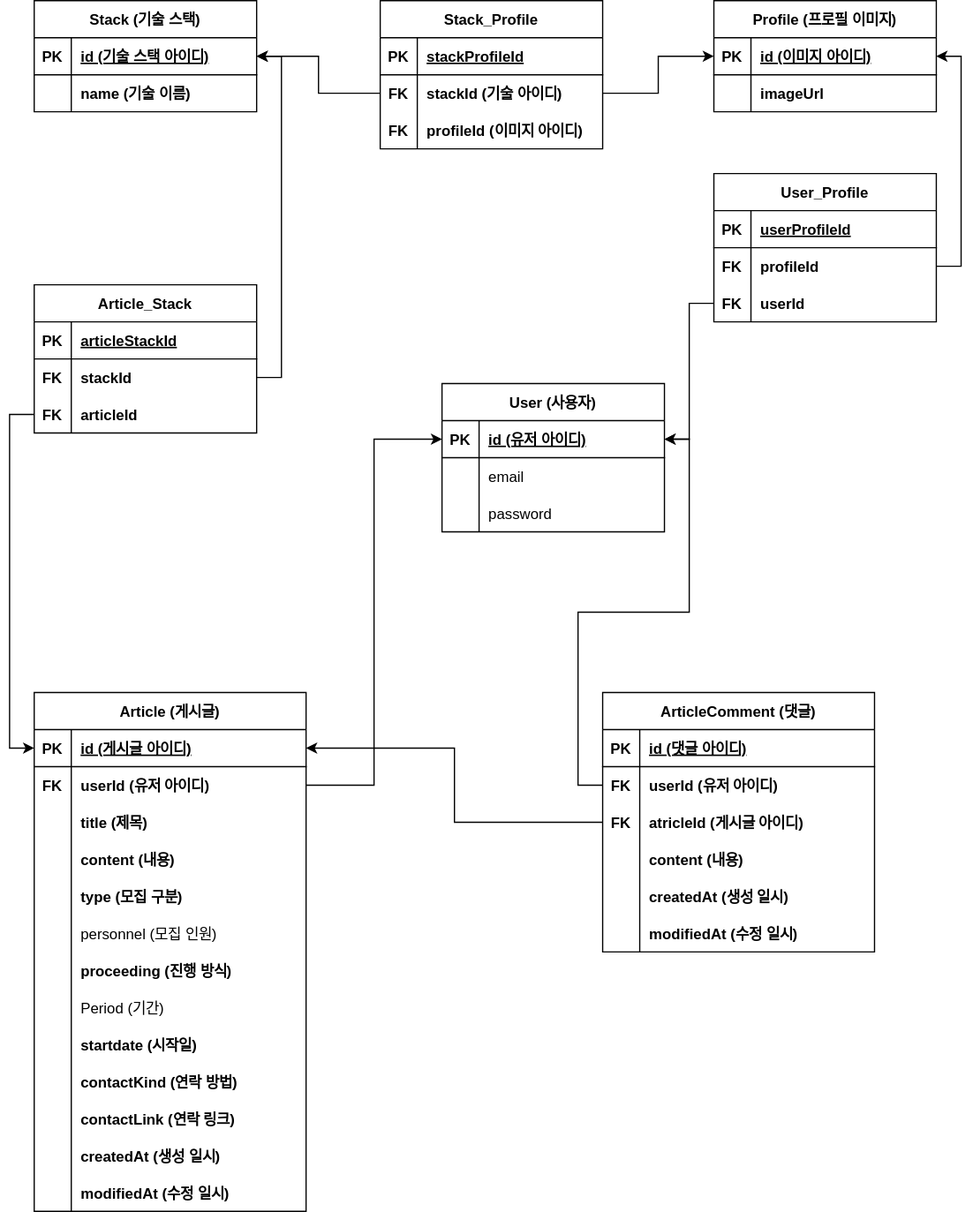
This is document/erd.svg from chipmunk-and-acorns/hamkke-study-platform-server-v2-node, a draw.io export, as it was before one commit. Source tidied: cells renumbered, new cells last; positions are measured from the earlier drawing's top-left corner, leaving out a move shared by most shapes.
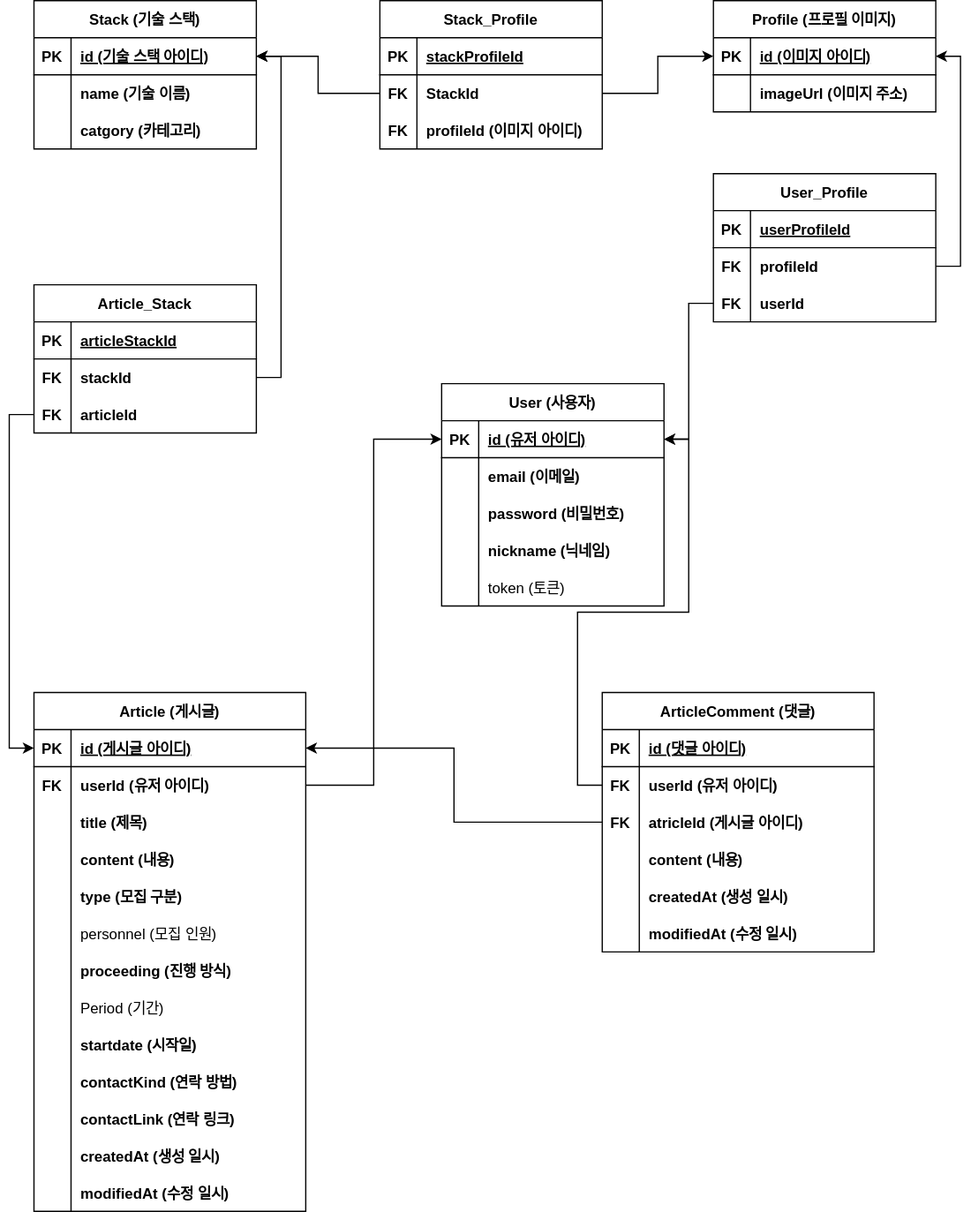
Above is the later version.

The edit, as a diff of the source:
```diff
@@ -186,7 +186,7 @@
       <mxGeometry x="30" width="190" height="30" as="geometry" />
     </mxCell>
     <mxCell id="63" value="User (사용자)" style="shape=table;startSize=30;rowLines=0;fontStyle=1;align=center;" parent="1" vertex="1">
-      <mxGeometry x="350" y="310" width="180" height="120" as="geometry" />
+      <mxGeometry x="350" y="310" width="180" height="180" as="geometry" />
     </mxCell>
     <mxCell id="64" style="shape=tableRow;horizontal=0;startSize=0;swimlaneHead=0;swimlaneBody=0;fillColor=none;points=[[0,0.5],[1,0.5]];portConstraint=eastwest;top=0;left=0;right=0;bottom=1;" parent="63" vertex="1">
       <mxGeometry y="30" width="180" height="30" as="geometry" />
@@ -203,7 +203,7 @@
     <mxCell id="68" style="shape=partialRectangle;fillColor=none;top=0;left=0;bottom=0;right=0;overflow=hidden;" parent="67" vertex="1">
       <mxGeometry width="30" height="30" as="geometry" />
     </mxCell>
-    <mxCell id="69" value="email" style="shape=partialRectangle;fillColor=none;top=0;left=0;bottom=0;right=0;align=left;spacingLeft=6;overflow=hidden;" parent="67" vertex="1">
+    <mxCell id="69" value="email (이메일)" style="shape=partialRectangle;fillColor=none;top=0;left=0;bottom=0;right=0;align=left;spacingLeft=6;overflow=hidden;fontStyle=1;" parent="67" vertex="1">
       <mxGeometry x="30" width="150" height="30" as="geometry" />
     </mxCell>
     <mxCell id="70" style="shape=tableRow;horizontal=0;startSize=0;swimlaneHead=0;swimlaneBody=0;fillColor=none;top=0;left=0;right=0;bottom=0;" parent="63" vertex="1">
@@ -212,9 +212,27 @@
     <mxCell id="71" style="shape=partialRectangle;fillColor=none;top=0;left=0;bottom=0;right=0;overflow=hidden;" parent="70" vertex="1">
       <mxGeometry width="30" height="30" as="geometry" />
     </mxCell>
-    <mxCell id="72" value="password" style="shape=partialRectangle;fillColor=none;top=0;left=0;bottom=0;right=0;align=left;spacingLeft=6;overflow=hidden;" parent="70" vertex="1">
+    <mxCell id="72" value="password (비밀번호)" style="shape=partialRectangle;fillColor=none;top=0;left=0;bottom=0;right=0;align=left;spacingLeft=6;overflow=hidden;fontStyle=1;" parent="70" vertex="1">
       <mxGeometry x="30" width="150" height="30" as="geometry" />
     </mxCell>
+    <mxCell id="124" style="shape=tableRow;horizontal=0;startSize=0;swimlaneHead=0;swimlaneBody=0;fillColor=none;top=0;left=0;right=0;bottom=0;" parent="63" vertex="1">
+      <mxGeometry y="120" width="180" height="30" as="geometry" />
+    </mxCell>
+    <mxCell id="125" style="shape=partialRectangle;fillColor=none;top=0;left=0;bottom=0;right=0;overflow=hidden;" parent="124" vertex="1">
+      <mxGeometry width="30" height="30" as="geometry" />
+    </mxCell>
+    <mxCell id="126" value="nickname (닉네임)" style="shape=partialRectangle;fillColor=none;top=0;left=0;bottom=0;right=0;align=left;spacingLeft=6;overflow=hidden;fontStyle=1;" parent="124" vertex="1">
+      <mxGeometry x="30" width="150" height="30" as="geometry" />
+    </mxCell>
+    <mxCell id="127" style="shape=tableRow;horizontal=0;startSize=0;swimlaneHead=0;swimlaneBody=0;fillColor=none;top=0;left=0;right=0;bottom=0;" parent="63" vertex="1">
+      <mxGeometry y="150" width="180" height="30" as="geometry" />
+    </mxCell>
+    <mxCell id="128" style="shape=partialRectangle;fillColor=none;top=0;left=0;bottom=0;right=0;overflow=hidden;" parent="127" vertex="1">
+      <mxGeometry width="30" height="30" as="geometry" />
+    </mxCell>
+    <mxCell id="129" value="token (토큰)" style="shape=partialRectangle;fillColor=none;top=0;left=0;bottom=0;right=0;align=left;spacingLeft=6;overflow=hidden;fontStyle=0;" parent="127" vertex="1">
+      <mxGeometry x="30" width="150" height="30" as="geometry" />
+    </mxCell>
     <mxCell id="73" value="Profile (프로필 이미지)" style="shape=table;startSize=30;rowLines=0;fontStyle=1;align=center;" parent="1" vertex="1">
       <mxGeometry x="570" width="180" height="90" as="geometry" />
     </mxCell>
@@ -233,11 +251,11 @@
     <mxCell id="78" style="shape=partialRectangle;fillColor=none;top=0;left=0;bottom=0;right=0;overflow=hidden;" parent="77" vertex="1">
       <mxGeometry width="30" height="30" as="geometry" />
     </mxCell>
-    <mxCell id="79" value="imageUrl" style="shape=partialRectangle;fillColor=none;top=0;left=0;bottom=0;right=0;align=left;spacingLeft=6;overflow=hidden;fontStyle=1;" parent="77" vertex="1">
+    <mxCell id="79" value="imageUrl (이미지 주소)" style="shape=partialRectangle;fillColor=none;top=0;left=0;bottom=0;right=0;align=left;spacingLeft=6;overflow=hidden;fontStyle=1;" parent="77" vertex="1">
       <mxGeometry x="30" width="150" height="30" as="geometry" />
     </mxCell>
     <mxCell id="80" value="Stack (기술 스택)" style="shape=table;startSize=30;rowLines=0;fontStyle=1;align=center;" parent="1" vertex="1">
-      <mxGeometry x="20" width="180" height="90" as="geometry" />
+      <mxGeometry x="20" width="180" height="120" as="geometry" />
     </mxCell>
     <mxCell id="81" style="shape=tableRow;horizontal=0;startSize=0;swimlaneHead=0;swimlaneBody=0;fillColor=none;points=[[0,0.5],[1,0.5]];portConstraint=eastwest;top=0;left=0;right=0;bottom=1;" parent="80" vertex="1">
       <mxGeometry y="30" width="180" height="30" as="geometry" />
@@ -257,6 +275,15 @@
     <mxCell id="86" value="name (기술 이름)" style="shape=partialRectangle;fillColor=none;top=0;left=0;bottom=0;right=0;align=left;spacingLeft=6;overflow=hidden;fontStyle=1;" parent="84" vertex="1">
       <mxGeometry x="30" width="150" height="30" as="geometry" />
     </mxCell>
+    <mxCell id="130" style="shape=tableRow;horizontal=0;startSize=0;swimlaneHead=0;swimlaneBody=0;fillColor=none;top=0;left=0;right=0;bottom=0;" parent="80" vertex="1">
+      <mxGeometry y="90" width="180" height="30" as="geometry" />
+    </mxCell>
+    <mxCell id="131" style="shape=partialRectangle;fillColor=none;top=0;left=0;bottom=0;right=0;overflow=hidden;" parent="130" vertex="1">
+      <mxGeometry width="30" height="30" as="geometry" />
+    </mxCell>
+    <mxCell id="132" value="catgory (카테고리)" style="shape=partialRectangle;fillColor=none;top=0;left=0;bottom=0;right=0;align=left;spacingLeft=6;overflow=hidden;fontStyle=1;" parent="130" vertex="1">
+      <mxGeometry x="30" width="150" height="30" as="geometry" />
+    </mxCell>
     <mxCell id="87" value="Article_Stack" style="shape=table;startSize=30;rowLines=0;fontStyle=1;align=center;" parent="1" vertex="1">
       <mxGeometry x="20" y="230" width="180" height="120" as="geometry" />
     </mxCell>
@@ -335,7 +362,7 @@
     <mxCell id="112" value="FK" style="shape=partialRectangle;fillColor=none;top=0;left=0;bottom=0;right=0;overflow=hidden;fontStyle=1;" parent="111" vertex="1">
       <mxGeometry width="30" height="30" as="geometry" />
     </mxCell>
-    <mxCell id="113" value="stackId (기술 아이디)" style="shape=partialRectangle;fillColor=none;top=0;left=0;bottom=0;right=0;align=left;spacingLeft=6;overflow=hidden;fontStyle=1;" parent="111" vertex="1">
+    <mxCell id="113" value="StackId" style="shape=partialRectangle;fillColor=none;top=0;left=0;bottom=0;right=0;align=left;spacingLeft=6;overflow=hidden;fontStyle=1;" parent="111" vertex="1">
       <mxGeometry x="30" width="150" height="30" as="geometry" />
     </mxCell>
     <mxCell id="114" style="shape=tableRow;horizontal=0;startSize=0;swimlaneHead=0;swimlaneBody=0;fillColor=none;top=0;left=0;right=0;bottom=0;" parent="107" vertex="1">
```
